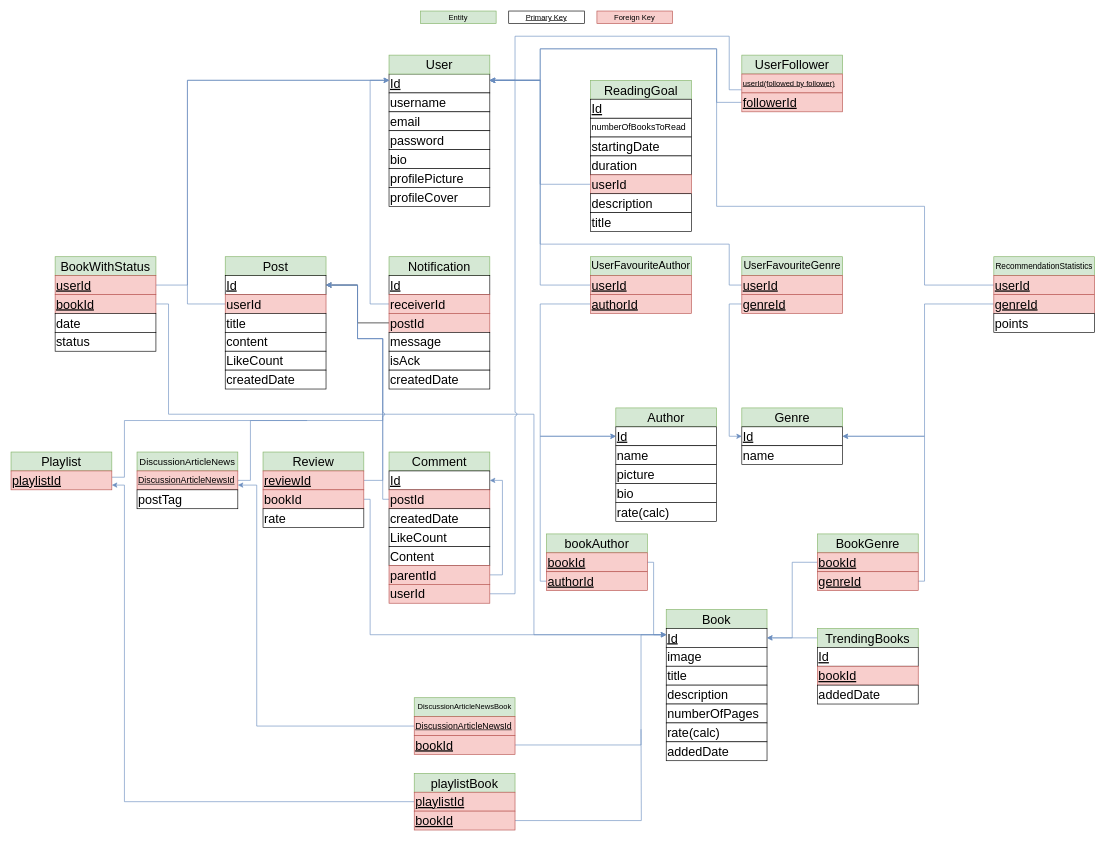
Earlier version of the draw.io diagram page "mapping digaram" (2 of 2) of diagrams.drawio (Yaqra/YaqraApi). Source tidied: cells renumbered, new cells numbered last; positions are measured from the earlier drawing's top-left corner, leaving out a move shared by most shapes. Both pictures are drawn from the tidied source at 63%, with x=0, y=0 at pixel (11, 11).
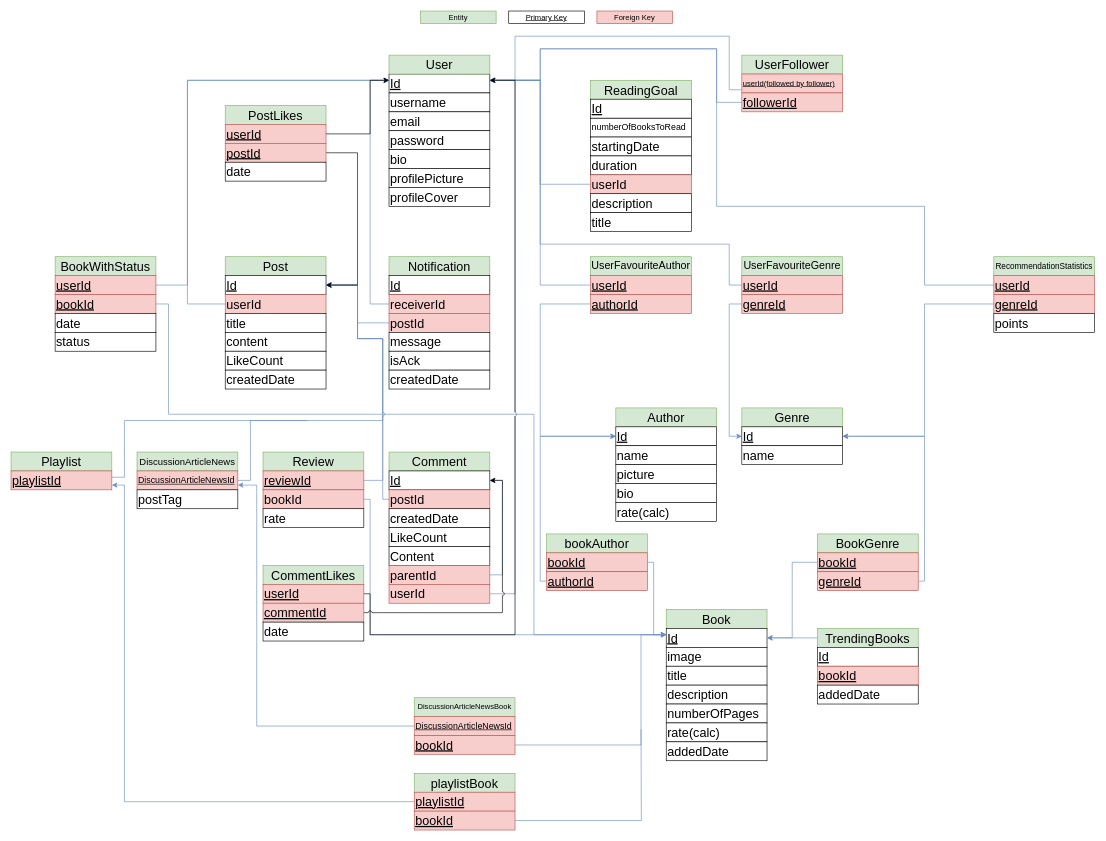
After the change.

Unchanged cells that the change refers to:
```xml
<mxCell id="22" value="&lt;font style=&quot;font-size: 20px;&quot;&gt;&lt;u&gt;Id&lt;/u&gt;&lt;/font&gt;" style="rounded=0;whiteSpace=wrap;html=1;align=left;" parent="1" vertex="1">
  <mxGeometry x="340" y="420" width="160" height="30" as="geometry" />
</mxCell>
<mxCell id="33" value="&lt;span style=&quot;font-size: 20px;&quot;&gt;postId&lt;/span&gt;" style="rounded=0;whiteSpace=wrap;html=1;align=left;fillColor=#f8cecc;strokeColor=#b85450;" parent="1" vertex="1">
  <mxGeometry x="600" y="480" width="160" height="30" as="geometry" />
</mxCell>
<mxCell id="87" value="&lt;font style=&quot;font-size: 20px;&quot;&gt;&lt;u&gt;Id&lt;/u&gt;&lt;/font&gt;" style="rounded=0;whiteSpace=wrap;html=1;align=left;" parent="1" vertex="1">
  <mxGeometry x="600" y="730" width="160" height="30" as="geometry" />
</mxCell>
```

Diff of the diagram source:
```diff
@@
-    <mxCell id="32" style="edgeStyle=orthogonalEdgeStyle;rounded=0;jettySize=auto;html=1;entryX=1;entryY=0.5;entryDx=0;entryDy=0;" parent="1" edge="1" source="33" target="22">
+    <mxCell id="32" style="edgeStyle=orthogonalEdgeStyle;rounded=0;jettySize=auto;html=1;entryX=1;entryY=0.5;entryDx=0;entryDy=0;fillColor=#dae8fc;strokeColor=#6c8ebf;" parent="1" edge="1" source="33" target="22">
       <mxGeometry relative="1" as="geometry" />
     </mxCell>
@@
+    <mxCell id="133" value="&lt;span style=&quot;font-size: 20px;&quot;&gt;PostLikes&lt;/span&gt;" style="rounded=0;whiteSpace=wrap;html=1;align=center;fillColor=#d5e8d4;strokeColor=#82b366;" parent="1" vertex="1">
+      <mxGeometry x="340" y="150" width="160" height="30" as="geometry" />
+    </mxCell>
+    <mxCell id="134" value="&lt;span style=&quot;font-size: 20px;&quot;&gt;&lt;u&gt;userId&lt;/u&gt;&lt;/span&gt;" style="rounded=0;whiteSpace=wrap;html=1;align=left;fillColor=#f8cecc;strokeColor=#b85450;" parent="1" vertex="1">
+      <mxGeometry x="340" y="180" width="160" height="30" as="geometry" />
+    </mxCell>
+    <mxCell id="135" style="edgeStyle=orthogonalEdgeStyle;rounded=0;jettySize=auto;html=1;entryX=1;entryY=0.5;entryDx=0;entryDy=0;" parent="1" edge="1" source="136" target="22">
+      <mxGeometry relative="1" as="geometry">
+        <Array as="points">
+          <mxPoint x="550" y="225" />
+          <mxPoint x="550" y="435" />
+        </Array>
+      </mxGeometry>
+    </mxCell>
+    <mxCell id="136" value="&lt;span style=&quot;font-size: 20px;&quot;&gt;&lt;u&gt;postId&lt;/u&gt;&lt;/span&gt;" style="rounded=0;whiteSpace=wrap;html=1;align=left;fillColor=#f8cecc;strokeColor=#b85450;" parent="1" vertex="1">
+      <mxGeometry x="340" y="210" width="160" height="30" as="geometry" />
+    </mxCell>
+    <mxCell id="137" style="edgeStyle=orthogonalEdgeStyle;rounded=0;jettySize=auto;html=1;" parent="1" edge="1" source="134">
+      <mxGeometry relative="1" as="geometry">
+        <mxPoint x="600" y="110" as="targetPoint" />
+        <Array as="points">
+          <mxPoint x="570" y="195" />
+          <mxPoint x="570" y="110" />
+        </Array>
+      </mxGeometry>
+    </mxCell>
+    <mxCell id="138" value="&lt;span style=&quot;font-size: 20px;&quot;&gt;CommentLikes&lt;/span&gt;" style="rounded=0;whiteSpace=wrap;html=1;align=center;fillColor=#d5e8d4;strokeColor=#82b366;shadow=0;" parent="1" vertex="1">
+      <mxGeometry x="400" y="880" width="160" height="30" as="geometry" />
+    </mxCell>
+    <mxCell id="139" style="edgeStyle=orthogonalEdgeStyle;rounded=0;jettySize=auto;html=1;jumpStyle=gap;" parent="1" edge="1" source="140">
+      <mxGeometry relative="1" as="geometry">
+        <mxPoint x="760" y="110" as="targetPoint" />
+        <Array as="points">
+          <mxPoint x="570" y="925" />
+          <mxPoint x="570" y="990" />
+          <mxPoint x="800" y="990" />
+          <mxPoint x="800" y="110" />
+        </Array>
+      </mxGeometry>
+    </mxCell>
+    <mxCell id="140" value="&lt;span style=&quot;font-size: 20px;&quot;&gt;&lt;u&gt;userId&lt;/u&gt;&lt;/span&gt;" style="rounded=0;whiteSpace=wrap;html=1;align=left;fontStyle=0;fillColor=#f8cecc;strokeColor=#b85450;" parent="1" vertex="1">
+      <mxGeometry x="400" y="910" width="160" height="30" as="geometry" />
+    </mxCell>
+    <mxCell id="141" style="edgeStyle=orthogonalEdgeStyle;rounded=0;jettySize=auto;html=1;entryX=1;entryY=0.5;entryDx=0;entryDy=0;jumpStyle=arc;" parent="1" edge="1" source="142" target="87">
+      <mxGeometry relative="1" as="geometry" />
+    </mxCell>
+    <mxCell id="142" value="&lt;span style=&quot;font-size: 20px;&quot;&gt;&lt;u&gt;commentId&lt;/u&gt;&lt;/span&gt;" style="rounded=0;whiteSpace=wrap;html=1;align=left;fontStyle=0;fillColor=#f8cecc;strokeColor=#b85450;" parent="1" vertex="1">
+      <mxGeometry x="400" y="940" width="160" height="30" as="geometry" />
+    </mxCell>
+    <mxCell id="143" value="&lt;span style=&quot;font-size: 20px;&quot;&gt;date&lt;/span&gt;" style="rounded=0;whiteSpace=wrap;html=1;align=left;fontStyle=0;" parent="1" vertex="1">
+      <mxGeometry x="400" y="970" width="160" height="30" as="geometry" />
+    </mxCell>
+    <mxCell id="144" value="&lt;span style=&quot;font-size: 20px;&quot;&gt;date&lt;/span&gt;" style="rounded=0;whiteSpace=wrap;html=1;align=left;fontStyle=0;" parent="1" vertex="1">
+      <mxGeometry x="340" y="240" width="160" height="30" as="geometry" />
+    </mxCell>
```
